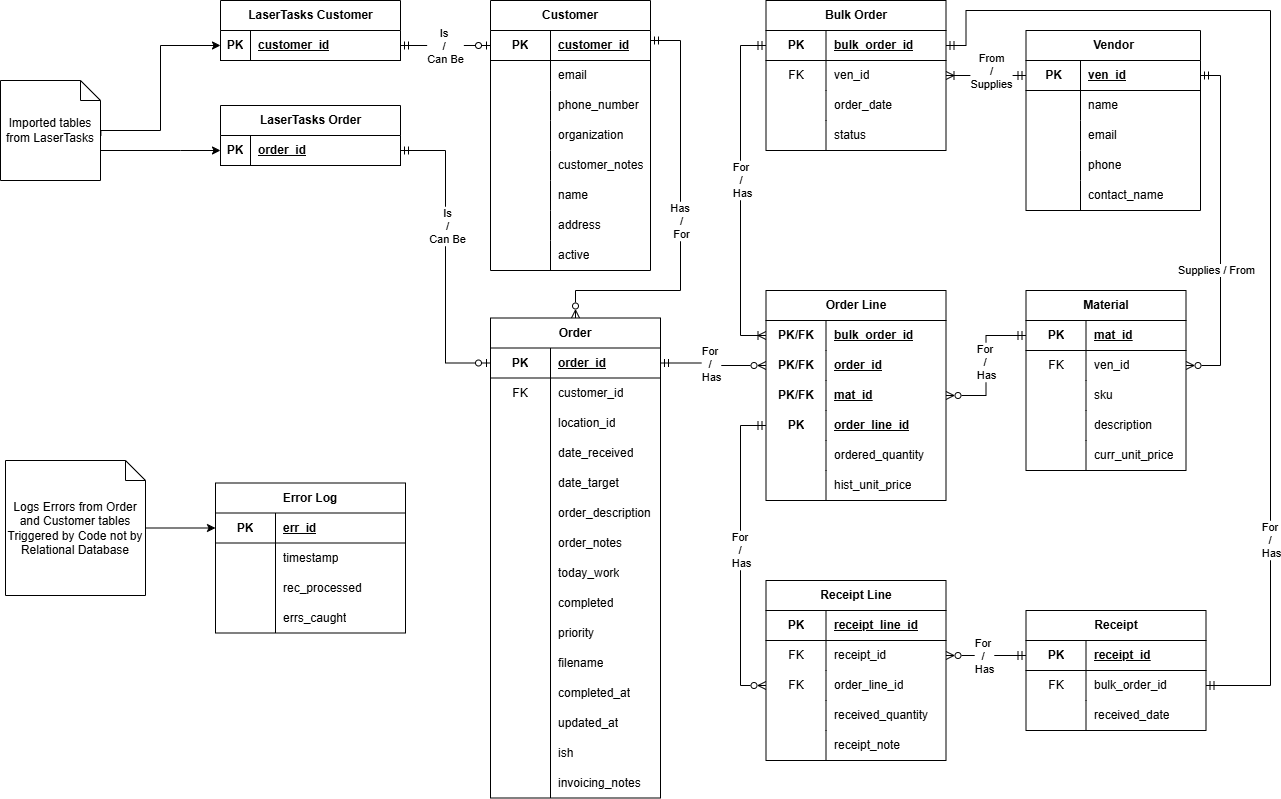
Earlier version of the draw.io export images/ERDExample.png (OwenKenn/MurphyCreamer). Source tidied: cells renumbered, new cells last; positions are measured from the earlier drawing's top-left corner, leaving out a move shared by most shapes.
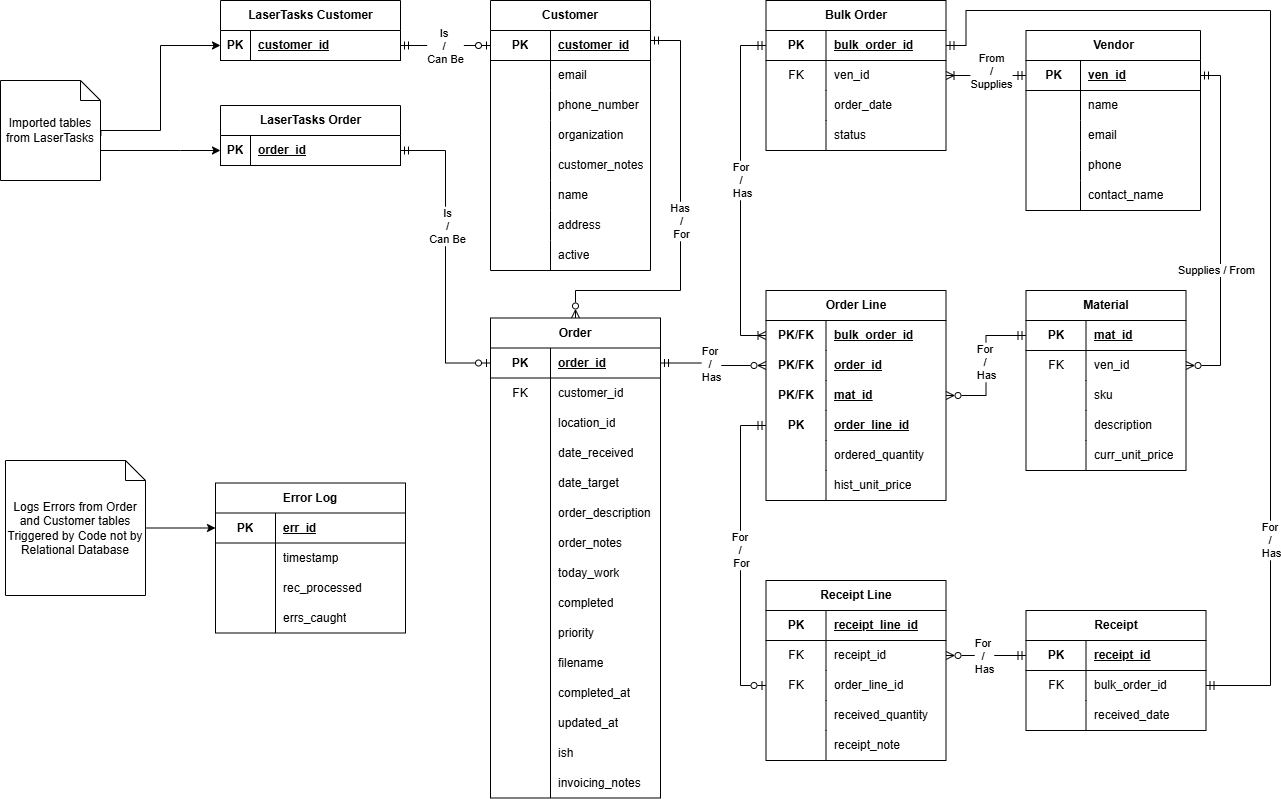
After the commit.

The edit, as a diff of the source:
```diff
@@ -647,7 +647,7 @@
     <mxCell id="202" value="For&amp;nbsp;&lt;div&gt;/&amp;nbsp;&lt;/div&gt;&lt;div&gt;Has&lt;/div&gt;" style="edgeLabel;html=1;align=center;verticalAlign=middle;inheritText=1;defaultLabelBackgroundColor=page;" parent="201" vertex="1">
       <mxGeometry x="0.05" relative="1" as="geometry" />
     </mxCell>
-    <mxCell id="203" style="edgeStyle=orthogonalEdgeStyle;rounded=0;jettySize=auto;html=1;entryX=0;entryY=0.5;entryDx=0;entryDy=0;defaultLabelBackgroundColor=page;startArrow=ERmandOne;startFill=0;endArrow=ERzeroToMany;endFill=0;" parent="1" edge="1" source="158" target="184">
+    <mxCell id="203" style="edgeStyle=orthogonalEdgeStyle;rounded=0;jettySize=auto;html=1;entryX=0;entryY=0.5;entryDx=0;entryDy=0;defaultLabelBackgroundColor=page;startArrow=ERmandOne;startFill=0;endArrow=ERzeroToOne;endFill=0;" parent="1" edge="1" source="158" target="184">
       <mxGeometry relative="1" as="geometry">
         <Array as="points">
           <mxPoint x="740" y="425" />
@@ -655,7 +655,7 @@
         </Array>
       </mxGeometry>
     </mxCell>
-    <mxCell id="204" value="For&amp;nbsp;&lt;div&gt;/&amp;nbsp;&lt;/div&gt;&lt;div&gt;Has&lt;/div&gt;" style="edgeLabel;html=1;align=center;verticalAlign=middle;inheritText=1;defaultLabelBackgroundColor=page;" parent="203" vertex="1">
+    <mxCell id="204" value="For&amp;nbsp;&lt;div&gt;/&amp;nbsp;&lt;/div&gt;&lt;div&gt;For&lt;/div&gt;" style="edgeLabel;html=1;align=center;verticalAlign=middle;inheritText=1;defaultLabelBackgroundColor=page;" parent="203" vertex="1">
       <mxGeometry x="0.3" y="-1" relative="1" as="geometry">
         <mxPoint x="1" y="-53" as="offset" />
       </mxGeometry>
```
